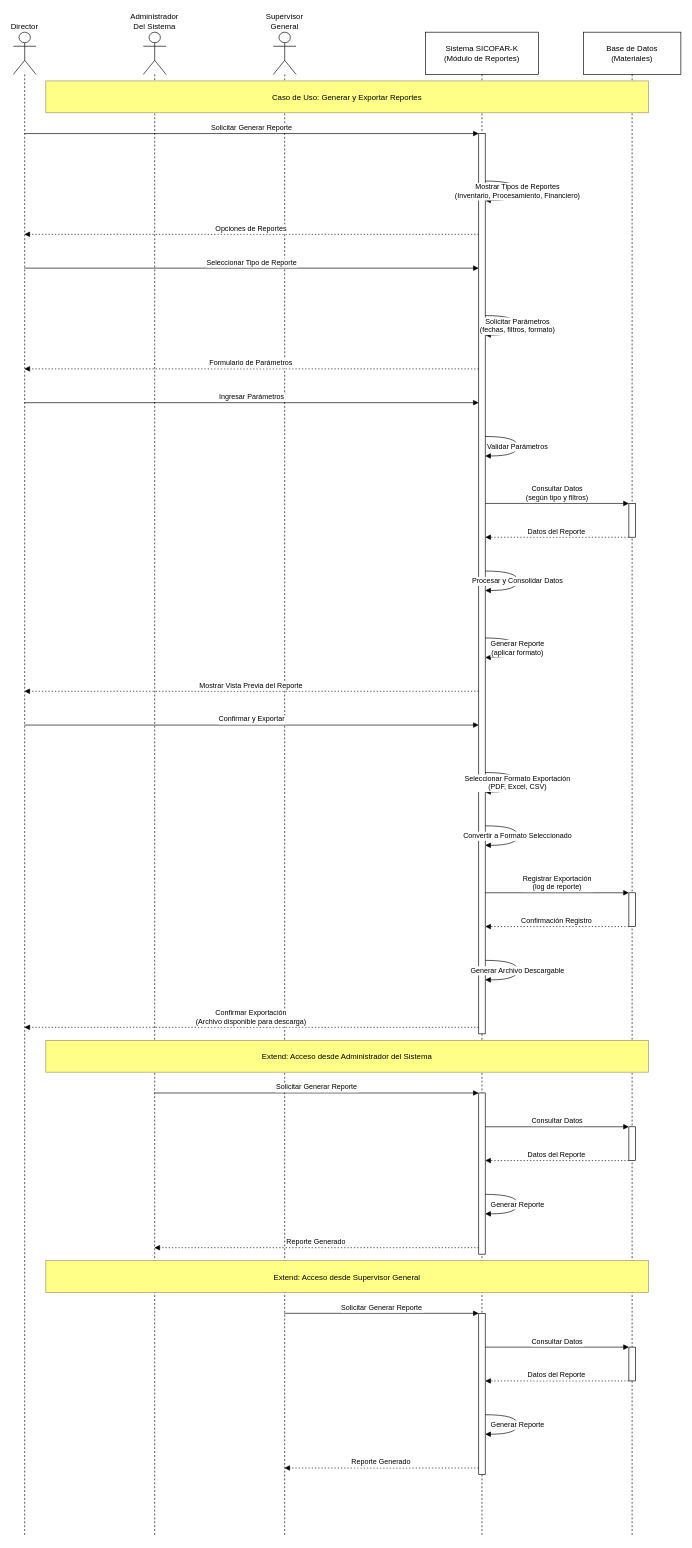
This is page "Generar y exportar reportes" (2 of 8) of resources/diagrams-tecnicos/diagrama-secuencia-scofark.drawio from jnavarrop26/sicofar-k, a draw.io file, before an edit. Source tidied: cells renumbered, new cells numbered last; positions are measured from the earlier drawing's top-left corner, leaving out a move shared by most shapes. Both pictures are drawn from the tidied source at 65%, with x=0, y=0 at pixel (13, 32).
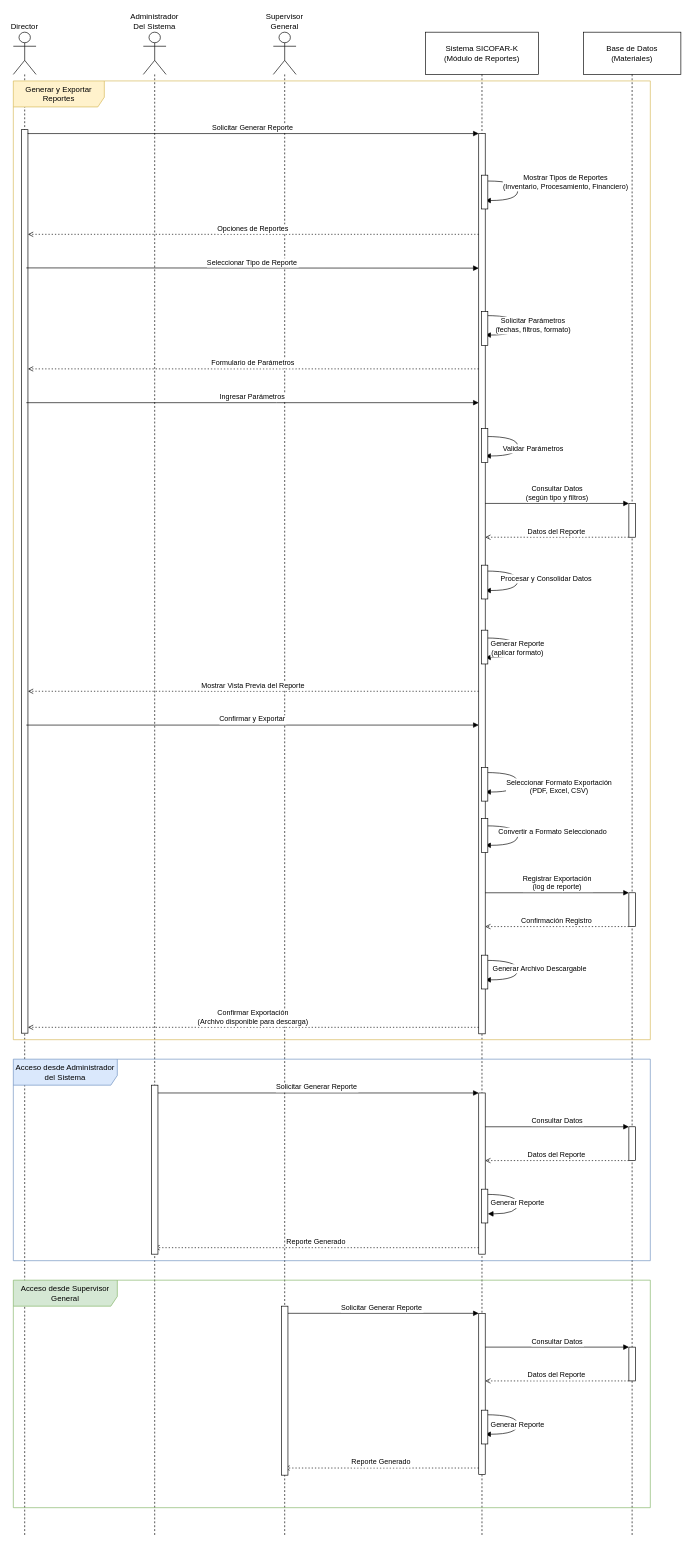
After the change.

The change refers to these unchanged cells:
```xml
<mxCell id="2" value="Director" style="shape=umlLifeline;perimeter=lifelinePerimeter;whiteSpace=wrap;outlineConnect=0;portConstraint=eastwest;newEdgeStyle={&quot;edgeStyle&quot;:&quot;elbowEdgeStyle&quot;,&quot;elbow&quot;:&quot;vertical&quot;,&quot;curved&quot;:0,&quot;rounded&quot;:0};participant=umlActor;verticalAlign=bottom;labelPosition=center;verticalLabelPosition=top;align=center;size=65;" parent="1" vertex="1">
  <mxGeometry width="35" height="2314" as="geometry" />
</mxCell>
<mxCell id="3" value="Administrador&#10;Del Sistema" style="shape=umlLifeline;perimeter=lifelinePerimeter;whiteSpace=wrap;outlineConnect=0;portConstraint=eastwest;newEdgeStyle={&quot;edgeStyle&quot;:&quot;elbowEdgeStyle&quot;,&quot;elbow&quot;:&quot;vertical&quot;,&quot;curved&quot;:0,&quot;rounded&quot;:0};participant=umlActor;verticalAlign=bottom;labelPosition=center;verticalLabelPosition=top;align=center;size=65;" parent="1" vertex="1">
  <mxGeometry x="200" width="35" height="2314" as="geometry" />
</mxCell>
<mxCell id="4" value="Supervisor&#10;General" style="shape=umlLifeline;perimeter=lifelinePerimeter;whiteSpace=wrap;outlineConnect=0;portConstraint=eastwest;newEdgeStyle={&quot;edgeStyle&quot;:&quot;elbowEdgeStyle&quot;,&quot;elbow&quot;:&quot;vertical&quot;,&quot;curved&quot;:0,&quot;rounded&quot;:0};participant=umlActor;verticalAlign=bottom;labelPosition=center;verticalLabelPosition=top;align=center;size=65;" parent="1" vertex="1">
  <mxGeometry x="400" width="35" height="2314" as="geometry" />
</mxCell>
<mxCell id="6" style="points=[];perimeter=orthogonalPerimeter;outlineConnect=0;targetShapes=umlLifeline;portConstraint=eastwest;newEdgeStyle={&quot;edgeStyle&quot;:&quot;elbowEdgeStyle&quot;,&quot;elbow&quot;:&quot;vertical&quot;,&quot;curved&quot;:0,&quot;rounded&quot;:0};" parent="5" vertex="1">
  <mxGeometry x="82" y="156" width="10" height="1385" as="geometry" />
</mxCell>
<mxCell id="7" style="points=[];perimeter=orthogonalPerimeter;outlineConnect=0;targetShapes=umlLifeline;portConstraint=eastwest;newEdgeStyle={&quot;edgeStyle&quot;:&quot;elbowEdgeStyle&quot;,&quot;elbow&quot;:&quot;vertical&quot;,&quot;curved&quot;:0,&quot;rounded&quot;:0};" parent="5" vertex="1">
  <mxGeometry x="82" y="1632" width="10" height="248" as="geometry" />
</mxCell>
<mxCell id="8" style="points=[];perimeter=orthogonalPerimeter;outlineConnect=0;targetShapes=umlLifeline;portConstraint=eastwest;newEdgeStyle={&quot;edgeStyle&quot;:&quot;elbowEdgeStyle&quot;,&quot;elbow&quot;:&quot;vertical&quot;,&quot;curved&quot;:0,&quot;rounded&quot;:0};" parent="5" vertex="1">
  <mxGeometry x="82" y="1971" width="10" height="248" as="geometry" />
</mxCell>
<mxCell id="10" style="points=[];perimeter=orthogonalPerimeter;outlineConnect=0;targetShapes=umlLifeline;portConstraint=eastwest;newEdgeStyle={&quot;edgeStyle&quot;:&quot;elbowEdgeStyle&quot;,&quot;elbow&quot;:&quot;vertical&quot;,&quot;curved&quot;:0,&quot;rounded&quot;:0};" parent="9" vertex="1">
  <mxGeometry x="70" y="725" width="10" height="52" as="geometry" />
</mxCell>
<mxCell id="11" style="points=[];perimeter=orthogonalPerimeter;outlineConnect=0;targetShapes=umlLifeline;portConstraint=eastwest;newEdgeStyle={&quot;edgeStyle&quot;:&quot;elbowEdgeStyle&quot;,&quot;elbow&quot;:&quot;vertical&quot;,&quot;curved&quot;:0,&quot;rounded&quot;:0};" parent="9" vertex="1">
  <mxGeometry x="70" y="1324" width="10" height="52" as="geometry" />
</mxCell>
<mxCell id="12" style="points=[];perimeter=orthogonalPerimeter;outlineConnect=0;targetShapes=umlLifeline;portConstraint=eastwest;newEdgeStyle={&quot;edgeStyle&quot;:&quot;elbowEdgeStyle&quot;,&quot;elbow&quot;:&quot;vertical&quot;,&quot;curved&quot;:0,&quot;rounded&quot;:0};" parent="9" vertex="1">
  <mxGeometry x="70" y="1684" width="10" height="52" as="geometry" />
</mxCell>
<mxCell id="13" style="points=[];perimeter=orthogonalPerimeter;outlineConnect=0;targetShapes=umlLifeline;portConstraint=eastwest;newEdgeStyle={&quot;edgeStyle&quot;:&quot;elbowEdgeStyle&quot;,&quot;elbow&quot;:&quot;vertical&quot;,&quot;curved&quot;:0,&quot;rounded&quot;:0};" parent="9" vertex="1">
  <mxGeometry x="70" y="2023" width="10" height="52" as="geometry" />
</mxCell>
```

What changed in the source:
```diff
@@
+    <mxCell id="47" style="html=1;points=[[0,0,0,0,5],[0,1,0,0,-5],[1,0,0,0,5],[1,1,0,0,-5]];perimeter=orthogonalPerimeter;outlineConnect=0;targetShapes=umlLifeline;portConstraint=eastwest;newEdgeStyle={&quot;curved&quot;:0,&quot;rounded&quot;:0};" parent="2" vertex="1">
+      <mxGeometry x="12.5" y="150" width="10" height="1390" as="geometry" />
+    </mxCell>
@@
-    <mxCell id="14" value="Solicitar Generar Reporte" style="verticalAlign=bottom;edgeStyle=elbowEdgeStyle;elbow=vertical;curved=0;rounded=0;endArrow=block;" parent="1" edge="1" source="2" target="6">
+    <mxCell id="14" value="Solicitar Generar Reporte" style="verticalAlign=bottom;edgeStyle=elbowEdgeStyle;elbow=vertical;curved=0;rounded=0;endArrow=block;exitX=1;exitY=0;exitDx=0;exitDy=5;exitPerimeter=0;" parent="1" edge="1" source="47" target="6">
       <mxGeometry relative="1" as="geometry">
         <Array as="points">
           <mxPoint x="405" y="156" />
         </Array>
       </mxGeometry>
     </mxCell>
-    <mxCell id="15" value="Mostrar Tipos de Reportes&#10;(Inventario, Procesamiento, Financiero)" style="curved=1;endArrow=block;rounded=0;" parent="1" edge="1" source="6" target="6">
-      <mxGeometry relative="1" as="geometry">
+    <mxCell id="15" value="Mostrar Tipos de Reportes&#10;(Inventario, Procesamiento, Financiero)" style="curved=1;endArrow=block;rounded=0;labelBackgroundColor=default;" parent="1" edge="1" source="62" target="6">
+      <mxGeometry x="-0.25" y="74" relative="1" as="geometry">
         <Array as="points">
           <mxPoint x="776" y="229" />
           <mxPoint x="776" y="259" />
         </Array>
       </mxGeometry>
     </mxCell>
-    <mxCell id="16" value="Opciones de Reportes" style="verticalAlign=bottom;edgeStyle=elbowEdgeStyle;elbow=vertical;curved=0;rounded=0;dashed=1;dashPattern=2 3;endArrow=block;" parent="1" edge="1" source="6" target="2">
+    <mxCell id="16" value="Opciones de Reportes" style="verticalAlign=bottom;edgeStyle=elbowEdgeStyle;elbow=vertical;curved=0;rounded=0;dashed=1;dashPattern=2 3;endArrow=open;endFill=0;" parent="1" edge="1" source="6" target="47">
       <mxGeometry relative="1" as="geometry">
         <Array as="points">
           <mxPoint x="408" y="311" />
         </Array>
       </mxGeometry>
     </mxCell>
-    <mxCell id="17" value="Seleccionar Tipo de Reporte" style="verticalAlign=bottom;edgeStyle=elbowEdgeStyle;elbow=vertical;curved=0;rounded=0;endArrow=block;" parent="1" edge="1" source="2" target="6">
+    <mxCell id="17" value="Seleccionar Tipo de Reporte" style="verticalAlign=bottom;edgeStyle=elbowEdgeStyle;elbow=vertical;curved=0;rounded=0;endArrow=block;exitX=0.75;exitY=0.153;exitDx=0;exitDy=0;exitPerimeter=0;" parent="1" edge="1" source="47" target="6">
       <mxGeometry relative="1" as="geometry">
         <Array as="points">
           <mxPoint x="405" y="363" />
         </Array>
       </mxGeometry>
     </mxCell>
-    <mxCell id="18" value="Solicitar Parámetros&#10;(fechas, filtros, formato)" style="curved=1;endArrow=block;rounded=0;" parent="1" edge="1" source="6" target="6">
-      <mxGeometry relative="1" as="geometry">
+    <mxCell id="18" value="Solicitar Parámetros&#10;(fechas, filtros, formato)" style="curved=1;endArrow=block;rounded=0;labelBackgroundColor=default;" parent="1" edge="1" source="6" target="6">
+      <mxGeometry x="-0.02" y="24" relative="1" as="geometry">
         <Array as="points">
           <mxPoint x="776" y="436" />
           <mxPoint x="776" y="466" />
         </Array>
       </mxGeometry>
     </mxCell>
-    <mxCell id="19" value="Formulario de Parámetros" style="verticalAlign=bottom;edgeStyle=elbowEdgeStyle;elbow=vertical;curved=0;rounded=0;dashed=1;dashPattern=2 3;endArrow=block;" parent="1" edge="1" source="6" target="2">
+    <mxCell id="19" value="Formulario de Parámetros" style="verticalAlign=bottom;edgeStyle=elbowEdgeStyle;elbow=vertical;curved=0;rounded=0;dashed=1;dashPattern=2 3;endArrow=open;endFill=0;" parent="1" edge="1" source="6" target="47">
       <mxGeometry relative="1" as="geometry">
         <Array as="points">
           <mxPoint x="408" y="518" />
         </Array>
       </mxGeometry>
     </mxCell>
-    <mxCell id="20" value="Ingresar Parámetros" style="verticalAlign=bottom;edgeStyle=elbowEdgeStyle;elbow=vertical;curved=0;rounded=0;endArrow=block;" parent="1" edge="1" source="2" target="6">
+    <mxCell id="20" value="Ingresar Parámetros" style="verticalAlign=bottom;edgeStyle=elbowEdgeStyle;elbow=vertical;curved=0;rounded=0;endArrow=block;" parent="1" edge="1" target="6">
       <mxGeometry relative="1" as="geometry">
+        <mxPoint x="20" y="570" as="sourcePoint" />
         <Array as="points">
           <mxPoint x="405" y="570" />
         </Array>
       </mxGeometry>
     </mxCell>
     <mxCell id="21" value="Validar Parámetros" style="curved=1;endArrow=block;rounded=0;" parent="1" edge="1" source="6" target="6">
-      <mxGeometry relative="1" as="geometry">
+      <mxGeometry x="0.05" y="24" relative="1" as="geometry">
         <Array as="points">
           <mxPoint x="776" y="622" />
           <mxPoint x="776" y="652" />
         </Array>
       </mxGeometry>
     </mxCell>
@@
-    <mxCell id="23" value="Datos del Reporte" style="verticalAlign=bottom;edgeStyle=elbowEdgeStyle;elbow=vertical;curved=0;rounded=0;dashed=1;dashPattern=2 3;endArrow=block;" parent="1" edge="1" source="10" target="6">
+    <mxCell id="23" value="Datos del Reporte" style="verticalAlign=bottom;edgeStyle=elbowEdgeStyle;elbow=vertical;curved=0;rounded=0;dashed=1;dashPattern=2 3;endArrow=open;endFill=0;" parent="1" edge="1" source="10" target="6">
       <mxGeometry relative="1" as="geometry">
         <Array as="points">
           <mxPoint x="848" y="777" />
         </Array>
       </mxGeometry>
     </mxCell>
     <mxCell id="24" value="Procesar y Consolidar Datos" style="curved=1;endArrow=block;rounded=0;" parent="1" edge="1" source="6" target="6">
-      <mxGeometry relative="1" as="geometry">
+      <mxGeometry x="-0.06" y="44" relative="1" as="geometry">
         <Array as="points">
           <mxPoint x="776" y="829" />
           <mxPoint x="776" y="859" />
         </Array>
       </mxGeometry>
     </mxCell>
@@
-    <mxCell id="26" value="Mostrar Vista Previa del Reporte" style="verticalAlign=bottom;edgeStyle=elbowEdgeStyle;elbow=vertical;curved=0;rounded=0;dashed=1;dashPattern=2 3;endArrow=block;" parent="1" edge="1" source="6" target="2">
+    <mxCell id="26" value="Mostrar Vista Previa del Reporte" style="verticalAlign=bottom;edgeStyle=elbowEdgeStyle;elbow=vertical;curved=0;rounded=0;dashed=1;dashPattern=2 3;endArrow=open;endFill=0;" parent="1" edge="1" source="6" target="47">
       <mxGeometry relative="1" as="geometry">
         <Array as="points">
           <mxPoint x="408" y="1014" />
         </Array>
       </mxGeometry>
     </mxCell>
-    <mxCell id="27" value="Confirmar y Exportar" style="verticalAlign=bottom;edgeStyle=elbowEdgeStyle;elbow=vertical;curved=0;rounded=0;endArrow=block;" parent="1" edge="1" source="2" target="6">
+    <mxCell id="27" value="Confirmar y Exportar" style="verticalAlign=bottom;edgeStyle=elbowEdgeStyle;elbow=vertical;curved=0;rounded=0;endArrow=block;exitX=0.75;exitY=0.659;exitDx=0;exitDy=0;exitPerimeter=0;" parent="1" edge="1" source="47" target="6">
       <mxGeometry relative="1" as="geometry">
         <Array as="points">
           <mxPoint x="405" y="1066" />
         </Array>
       </mxGeometry>
     </mxCell>
     <mxCell id="28" value="Seleccionar Formato Exportación&#10;(PDF, Excel, CSV)" style="curved=1;endArrow=block;rounded=0;" parent="1" edge="1" source="6" target="6">
-      <mxGeometry relative="1" as="geometry">
+      <mxGeometry x="0.09" y="64" relative="1" as="geometry">
         <Array as="points">
           <mxPoint x="776" y="1139" />
           <mxPoint x="776" y="1169" />
         </Array>
       </mxGeometry>
     </mxCell>
     <mxCell id="29" value="Convertir a Formato Seleccionado" style="curved=1;endArrow=block;rounded=0;" parent="1" edge="1" source="6" target="6">
-      <mxGeometry relative="1" as="geometry">
+      <mxGeometry x="-0.09" y="54" relative="1" as="geometry">
         <Array as="points">
           <mxPoint x="776" y="1221" />
           <mxPoint x="776" y="1251" />
         </Array>
       </mxGeometry>
     </mxCell>
@@
-    <mxCell id="31" value="Confirmación Registro" style="verticalAlign=bottom;edgeStyle=elbowEdgeStyle;elbow=vertical;curved=0;rounded=0;dashed=1;dashPattern=2 3;endArrow=block;" parent="1" edge="1" source="11" target="6">
+    <mxCell id="31" value="Confirmación Registro" style="verticalAlign=bottom;edgeStyle=elbowEdgeStyle;elbow=vertical;curved=0;rounded=0;dashed=1;dashPattern=2 3;endArrow=open;endFill=0;" parent="1" edge="1" source="11" target="6">
       <mxGeometry relative="1" as="geometry">
         <Array as="points">
           <mxPoint x="848" y="1376" />
         </Array>
       </mxGeometry>
     </mxCell>
     <mxCell id="32" value="Generar Archivo Descargable" style="curved=1;endArrow=block;rounded=0;" parent="1" edge="1" source="6" target="6">
-      <mxGeometry relative="1" as="geometry">
+      <mxGeometry x="-0.05" y="34" relative="1" as="geometry">
         <Array as="points">
           <mxPoint x="776" y="1428" />
           <mxPoint x="776" y="1458" />
         </Array>
       </mxGeometry>
     </mxCell>
-    <mxCell id="33" value="Confirmar Exportación&#10;(Archivo disponible para descarga)" style="verticalAlign=bottom;edgeStyle=elbowEdgeStyle;elbow=vertical;curved=0;rounded=0;dashed=1;dashPattern=2 3;endArrow=block;" parent="1" edge="1" source="6" target="2">
+    <mxCell id="33" value="Confirmar Exportación&#10;(Archivo disponible para descarga)" style="verticalAlign=bottom;edgeStyle=elbowEdgeStyle;elbow=vertical;curved=0;rounded=0;dashed=1;dashPattern=2 3;endArrow=open;endFill=0;" parent="1" edge="1" source="6" target="47">
       <mxGeometry relative="1" as="geometry">
         <Array as="points">
           <mxPoint x="408" y="1531" />
         </Array>
       </mxGeometry>
     </mxCell>
@@
-    <mxCell id="36" value="Datos del Reporte" style="verticalAlign=bottom;edgeStyle=elbowEdgeStyle;elbow=vertical;curved=0;rounded=0;dashed=1;dashPattern=2 3;endArrow=block;" parent="1" edge="1" source="12" target="7">
+    <mxCell id="36" value="Datos del Reporte" style="verticalAlign=bottom;edgeStyle=elbowEdgeStyle;elbow=vertical;curved=0;rounded=0;dashed=1;dashPattern=2 3;endArrow=open;endFill=0;" parent="1" edge="1" source="12" target="7">
       <mxGeometry relative="1" as="geometry">
         <Array as="points">
           <mxPoint x="848" y="1736" />
         </Array>
       </mxGeometry>
     </mxCell>
-    <mxCell id="37" value="Generar Reporte" style="curved=1;endArrow=block;rounded=0;" parent="1" edge="1" source="7" target="7">
+    <mxCell id="37" value="Generar Reporte" style="curved=1;endArrow=block;rounded=0;" parent="1" edge="1" source="7" target="53">
       <mxGeometry relative="1" as="geometry">
         <Array as="points">
           <mxPoint x="776" y="1788" />
           <mxPoint x="776" y="1818" />
         </Array>
       </mxGeometry>
     </mxCell>
-    <mxCell id="38" value="Reporte Generado" style="verticalAlign=bottom;edgeStyle=elbowEdgeStyle;elbow=vertical;curved=0;rounded=0;dashed=1;dashPattern=2 3;endArrow=block;" parent="1" edge="1" source="7" target="3">
+    <mxCell id="38" value="Reporte Generado" style="verticalAlign=bottom;edgeStyle=elbowEdgeStyle;elbow=vertical;curved=0;rounded=0;dashed=1;dashPattern=2 3;endArrow=open;endFill=0;" parent="1" edge="1" source="7" target="3">
       <mxGeometry relative="1" as="geometry">
         <Array as="points">
           <mxPoint x="508" y="1870" />
         </Array>
       </mxGeometry>
     </mxCell>
@@
-    <mxCell id="41" value="Datos del Reporte" style="verticalAlign=bottom;edgeStyle=elbowEdgeStyle;elbow=vertical;curved=0;rounded=0;dashed=1;dashPattern=2 3;endArrow=block;" parent="1" edge="1" source="13" target="8">
+    <mxCell id="41" value="Datos del Reporte" style="verticalAlign=bottom;edgeStyle=elbowEdgeStyle;elbow=vertical;curved=0;rounded=0;dashed=1;dashPattern=2 3;endArrow=open;endFill=0;" parent="1" edge="1" source="13" target="8">
       <mxGeometry relative="1" as="geometry">
         <Array as="points">
           <mxPoint x="848" y="2075" />
         </Array>
       </mxGeometry>
     </mxCell>
@@
-    <mxCell id="43" value="Reporte Generado" style="verticalAlign=bottom;edgeStyle=elbowEdgeStyle;elbow=vertical;curved=0;rounded=0;dashed=1;dashPattern=2 3;endArrow=block;" parent="1" edge="1" source="8" target="4">
+    <mxCell id="43" value="Reporte Generado" style="verticalAlign=bottom;edgeStyle=elbowEdgeStyle;elbow=vertical;curved=0;rounded=0;dashed=1;dashPattern=2 3;endArrow=open;endFill=0;" parent="1" edge="1" source="8" target="4">
       <mxGeometry relative="1" as="geometry">
         <Array as="points">
           <mxPoint x="608" y="2209" />
         </Array>
       </mxGeometry>
     </mxCell>
-    <mxCell id="44" value="Caso de Uso: Generar y Exportar Reportes" style="fillColor=#ffff88;strokeColor=#9E916F;" parent="1" vertex="1">
-      <mxGeometry x="50" y="75" width="927" height="49" as="geometry" />
-    </mxCell>
-    <mxCell id="45" value="Extend: Acceso desde Administrador del Sistema" style="fillColor=#ffff88;strokeColor=#9E916F;" parent="1" vertex="1">
-      <mxGeometry x="50" y="1551" width="927" height="49" as="geometry" />
-    </mxCell>
-    <mxCell id="46" value="Extend: Acceso desde Supervisor General" style="fillColor=#ffff88;strokeColor=#9E916F;" parent="1" vertex="1">
-      <mxGeometry x="50" y="1890" width="927" height="49" as="geometry" />
-    </mxCell>
+    <mxCell id="48" value="Generar y Exportar Reportes" style="shape=umlFrame;whiteSpace=wrap;html=1;width=140;height=40;fillColor=#fff2cc;strokeColor=#d6b656;" parent="1" vertex="1">
+      <mxGeometry y="75" width="980" height="1475" as="geometry" />
+    </mxCell>
+    <mxCell id="49" value="Acceso desde Administrador del Sistema" style="shape=umlFrame;whiteSpace=wrap;html=1;width=160;height=40;fillColor=#dae8fc;strokeColor=#6c8ebf;" parent="1" vertex="1">
+      <mxGeometry y="1580" width="980" height="310" as="geometry" />
+    </mxCell>
+    <mxCell id="50" value="Acceso desde Supervisor General" style="shape=umlFrame;whiteSpace=wrap;html=1;width=160;height=40;fillColor=#d5e8d4;strokeColor=#82b366;" parent="1" vertex="1">
+      <mxGeometry y="1920" width="980" height="350" as="geometry" />
+    </mxCell>
+    <mxCell id="51" style="html=1;perimeter=orthogonalPerimeter;targetShapes=umlLifeline;newEdgeStyle={&quot;curved&quot;:0,&quot;rounded&quot;:0};" parent="1" vertex="1">
+      <mxGeometry x="212.5" y="1620" width="10" height="260" as="geometry" />
+    </mxCell>
+    <mxCell id="52" style="html=1;perimeter=orthogonalPerimeter;targetShapes=umlLifeline;newEdgeStyle={&quot;curved&quot;:0,&quot;rounded&quot;:0};" parent="1" vertex="1">
+      <mxGeometry x="412.5" y="1960" width="10" height="260" as="geometry" />
+    </mxCell>
+    <mxCell id="53" style="points=[];perimeter=orthogonalPerimeter;outlineConnect=0;targetShapes=umlLifeline;portConstraint=eastwest;newEdgeStyle={&quot;edgeStyle&quot;:&quot;elbowEdgeStyle&quot;,&quot;elbow&quot;:&quot;vertical&quot;,&quot;curved&quot;:0,&quot;rounded&quot;:0};" parent="1" vertex="1">
+      <mxGeometry x="720" y="1780" width="10" height="52" as="geometry" />
+    </mxCell>
+    <mxCell id="54" style="perimeter=orthogonalPerimeter;targetShapes=umlLifeline;newEdgeStyle={&quot;edgeStyle&quot;:&quot;elbowEdgeStyle&quot;,&quot;elbow&quot;:&quot;vertical&quot;,&quot;curved&quot;:0,&quot;rounded&quot;:0};" parent="1" vertex="1">
+      <mxGeometry x="720" y="2120" width="10" height="52" as="geometry" />
+    </mxCell>
+    <mxCell id="55" style="perimeter=orthogonalPerimeter;targetShapes=umlLifeline;newEdgeStyle={&quot;edgeStyle&quot;:&quot;elbowEdgeStyle&quot;,&quot;elbow&quot;:&quot;vertical&quot;,&quot;curved&quot;:0,&quot;rounded&quot;:0};" parent="1" vertex="1">
+      <mxGeometry x="720" y="1420" width="10" height="52" as="geometry" />
+    </mxCell>
+    <mxCell id="56" style="perimeter=orthogonalPerimeter;targetShapes=umlLifeline;newEdgeStyle={&quot;edgeStyle&quot;:&quot;elbowEdgeStyle&quot;,&quot;elbow&quot;:&quot;vertical&quot;,&quot;curved&quot;:0,&quot;rounded&quot;:0};" parent="1" vertex="1">
+      <mxGeometry x="720" y="1210" width="10" height="52" as="geometry" />
+    </mxCell>
+    <mxCell id="57" style="perimeter=orthogonalPerimeter;targetShapes=umlLifeline;newEdgeStyle={&quot;edgeStyle&quot;:&quot;elbowEdgeStyle&quot;,&quot;elbow&quot;:&quot;vertical&quot;,&quot;curved&quot;:0,&quot;rounded&quot;:0};" parent="1" vertex="1">
+      <mxGeometry x="720" y="1131" width="10" height="52" as="geometry" />
+    </mxCell>
+    <mxCell id="58" style="perimeter=orthogonalPerimeter;targetShapes=umlLifeline;newEdgeStyle={&quot;edgeStyle&quot;:&quot;elbowEdgeStyle&quot;,&quot;elbow&quot;:&quot;vertical&quot;,&quot;curved&quot;:0,&quot;rounded&quot;:0};" parent="1" vertex="1">
+      <mxGeometry x="720" y="920" width="10" height="52" as="geometry" />
+    </mxCell>
+    <mxCell id="59" style="perimeter=orthogonalPerimeter;targetShapes=umlLifeline;newEdgeStyle={&quot;edgeStyle&quot;:&quot;elbowEdgeStyle&quot;,&quot;elbow&quot;:&quot;vertical&quot;,&quot;curved&quot;:0,&quot;rounded&quot;:0};" parent="1" vertex="1">
+      <mxGeometry x="720" y="820" width="10" height="52" as="geometry" />
+    </mxCell>
+    <mxCell id="60" style="perimeter=orthogonalPerimeter;targetShapes=umlLifeline;newEdgeStyle={&quot;edgeStyle&quot;:&quot;elbowEdgeStyle&quot;,&quot;elbow&quot;:&quot;vertical&quot;,&quot;curved&quot;:0,&quot;rounded&quot;:0};" parent="1" vertex="1">
+      <mxGeometry x="720" y="610" width="10" height="52" as="geometry" />
+    </mxCell>
+    <mxCell id="61" style="perimeter=orthogonalPerimeter;targetShapes=umlLifeline;newEdgeStyle={&quot;edgeStyle&quot;:&quot;elbowEdgeStyle&quot;,&quot;elbow&quot;:&quot;vertical&quot;,&quot;curved&quot;:0,&quot;rounded&quot;:0};" parent="1" vertex="1">
+      <mxGeometry x="720" y="430" width="10" height="52" as="geometry" />
+    </mxCell>
+    <mxCell id="62" style="points=[];perimeter=orthogonalPerimeter;outlineConnect=0;targetShapes=umlLifeline;portConstraint=eastwest;newEdgeStyle={&quot;edgeStyle&quot;:&quot;elbowEdgeStyle&quot;,&quot;elbow&quot;:&quot;vertical&quot;,&quot;curved&quot;:0,&quot;rounded&quot;:0};" parent="1" vertex="1">
+      <mxGeometry x="720" y="220" width="10" height="52" as="geometry" />
+    </mxCell>
```
